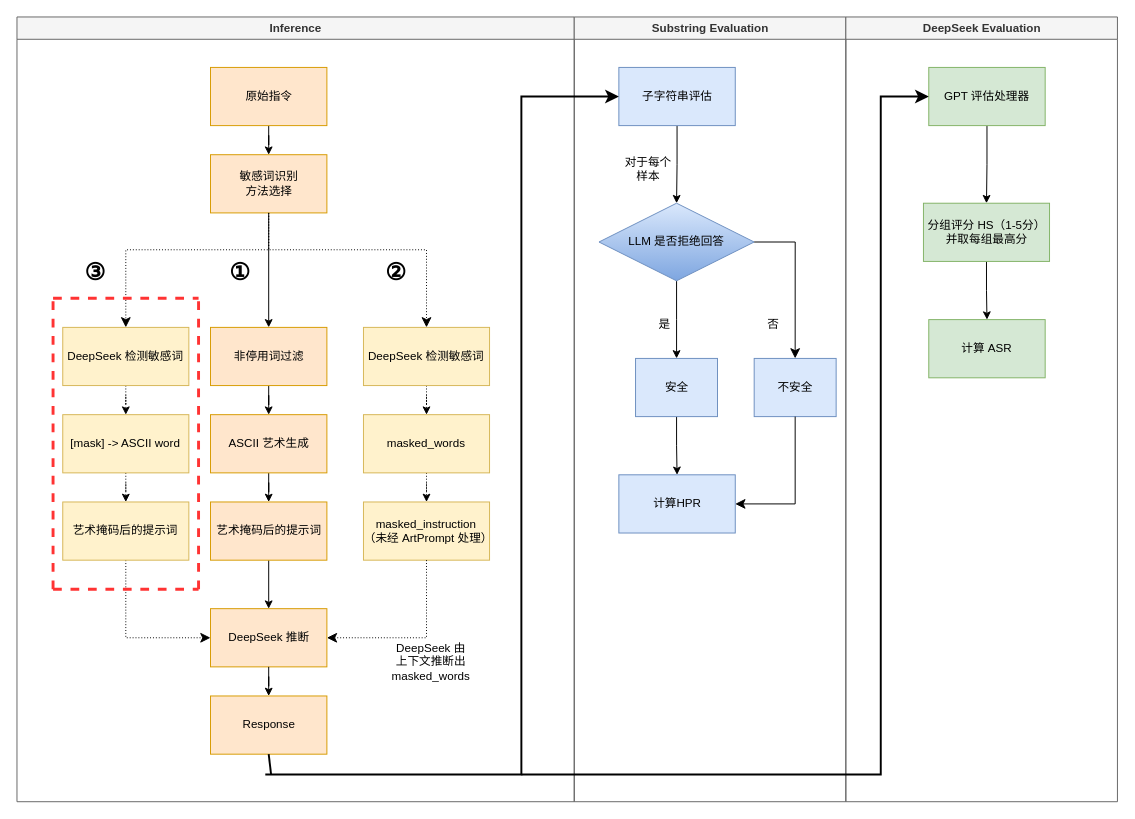
peng-na/draw.io_pic keeps this draw.io diagram as ArtPrompt.drawio. Above is the earlier version. Source tidied: cells renumbered, new cells numbered last; positions are measured from the earlier drawing's top-left corner, leaving out a move shared by most shapes. Both pictures are drawn from the tidied source at 97%, with x=0, y=0 at pixel (16, 16).
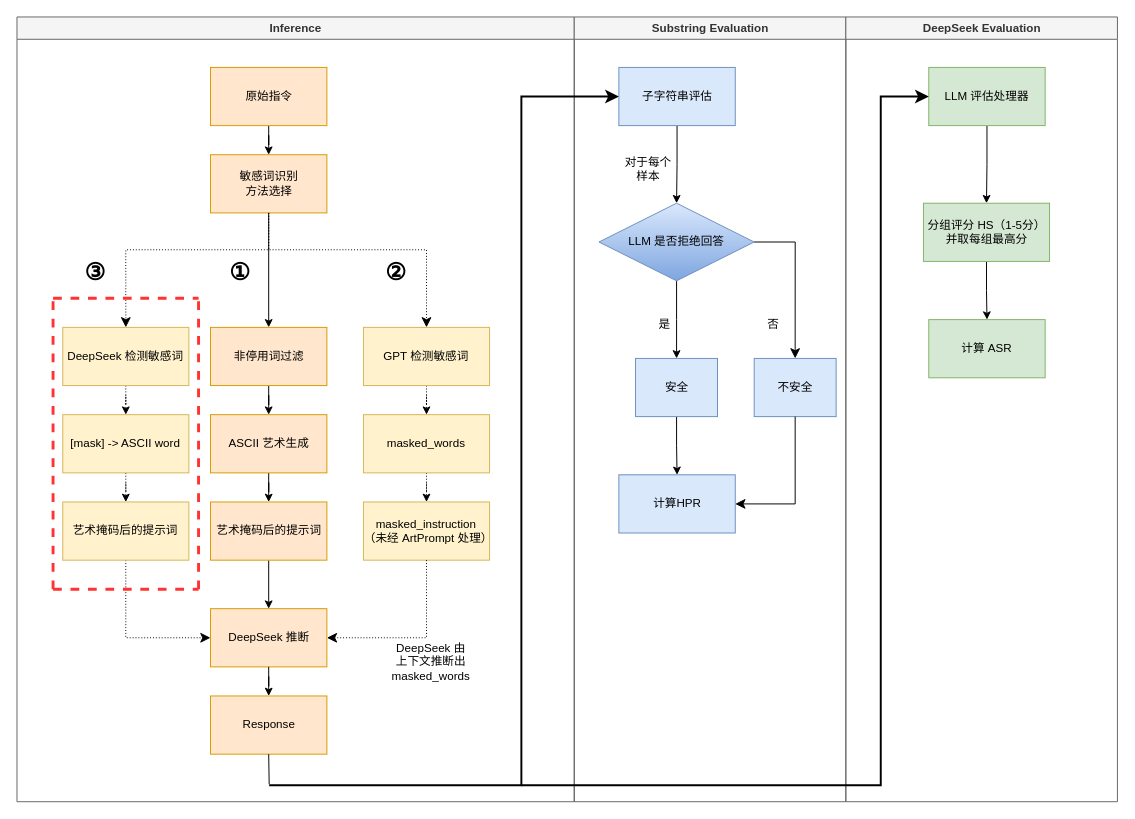
The same diagram, later.

The change refers to these unchanged cells:
```xml
<mxCell id="2" value="Inference" style="swimlane;whiteSpace=wrap;fillColor=#f5f5f5;strokeColor=#666666;fontColor=#333333;swimlaneFillColor=none;" parent="1" vertex="1">
  <mxGeometry width="574.5" height="809" as="geometry" />
</mxCell>
<mxCell id="14" value="Response" style="whiteSpace=wrap;html=1;rounded=0;fillColor=#ffe6cc;strokeColor=#d79b00;" parent="2" vertex="1">
  <mxGeometry x="199.5" y="700" width="120" height="60" as="geometry" />
</mxCell>
<mxCell id="41" value="子字符串评估" style="rounded=0;whiteSpace=wrap;html=1;fillColor=#dae8fc;strokeColor=#6c8ebf;" parent="39" vertex="1">
  <mxGeometry x="46" y="52" width="120" height="60" as="geometry" />
</mxCell>
<mxCell id="53" value="DeepSeek Evaluation" style="swimlane;whiteSpace=wrap;fillColor=#f5f5f5;fontColor=#333333;strokeColor=#666666;" parent="1" vertex="1">
  <mxGeometry x="854.5" width="280" height="809" as="geometry" />
</mxCell>
```

Change to the diagram source:
```diff
@@
-    <mxCell id="23" value="DeepSeek 检测敏感词" style="rounded=0;whiteSpace=wrap;html=1;fillColor=#fff2cc;strokeColor=#d6b656;" parent="2" vertex="1">
+    <mxCell id="23" value="GPT 检测敏感词" style="rounded=0;whiteSpace=wrap;html=1;fillColor=#fff2cc;strokeColor=#d6b656;" parent="2" vertex="1">
       <mxGeometry x="357.2" y="320" width="130" height="60" as="geometry" />
     </mxCell>
@@
-    <mxCell id="30" style="endArrow=none;html=1;rounded=0;exitX=0.5;exitY=1;exitDx=0;exitDy=0;strokeWidth=2;" parent="2" edge="1" source="14">
-      <mxGeometry relative="1" as="geometry">
-        <mxPoint x="262" y="781" as="targetPoint" />
-      </mxGeometry>
-    </mxCell>
@@
+    <mxCell id="61" style="endArrow=none;html=1;rounded=0;" parent="2" edge="1">
+      <mxGeometry relative="1" as="geometry">
+        <mxPoint x="260" y="791" as="sourcePoint" />
+        <mxPoint x="259.5" y="760" as="targetPoint" />
+      </mxGeometry>
+    </mxCell>
@@
-    <mxCell id="55" value="GPT 评估处理器" style="rounded=0;whiteSpace=wrap;html=1;fillColor=#d5e8d4;strokeColor=#82b366;" parent="53" vertex="1">
+    <mxCell id="55" value="LLM 评估处理器" style="rounded=0;whiteSpace=wrap;html=1;fillColor=#d5e8d4;strokeColor=#82b366;" parent="53" vertex="1">
       <mxGeometry x="85.5" y="52" width="120" height="60" as="geometry" />
     </mxCell>
@@
     <mxCell id="59" style="edgeStyle=elbowEdgeStyle;elbow=horizontal;endArrow=classic;html=1;curved=0;rounded=0;endSize=8;startSize=8;entryX=0;entryY=0.5;entryDx=0;entryDy=0;strokeWidth=2;" parent="1" edge="1" target="55">
       <mxGeometry relative="1" as="geometry">
-        <mxPoint x="520" y="781" as="sourcePoint" />
+        <mxPoint x="520" y="792" as="sourcePoint" />
         <Array as="points">
           <mxPoint x="890.5" y="372" />
         </Array>
       </mxGeometry>
     </mxCell>
     <mxCell id="60" style="edgeStyle=elbowEdgeStyle;elbow=horizontal;endArrow=classic;html=1;curved=0;rounded=0;endSize=8;startSize=8;entryX=0;entryY=0.5;entryDx=0;entryDy=0;strokeWidth=2;" parent="1" edge="1" target="41">
       <mxGeometry relative="1" as="geometry">
-        <mxPoint x="256" y="781" as="sourcePoint" />
+        <mxPoint x="260" y="792" as="sourcePoint" />
         <Array as="points">
           <mxPoint x="520" y="372" />
         </Array>
       </mxGeometry>
     </mxCell>
```
